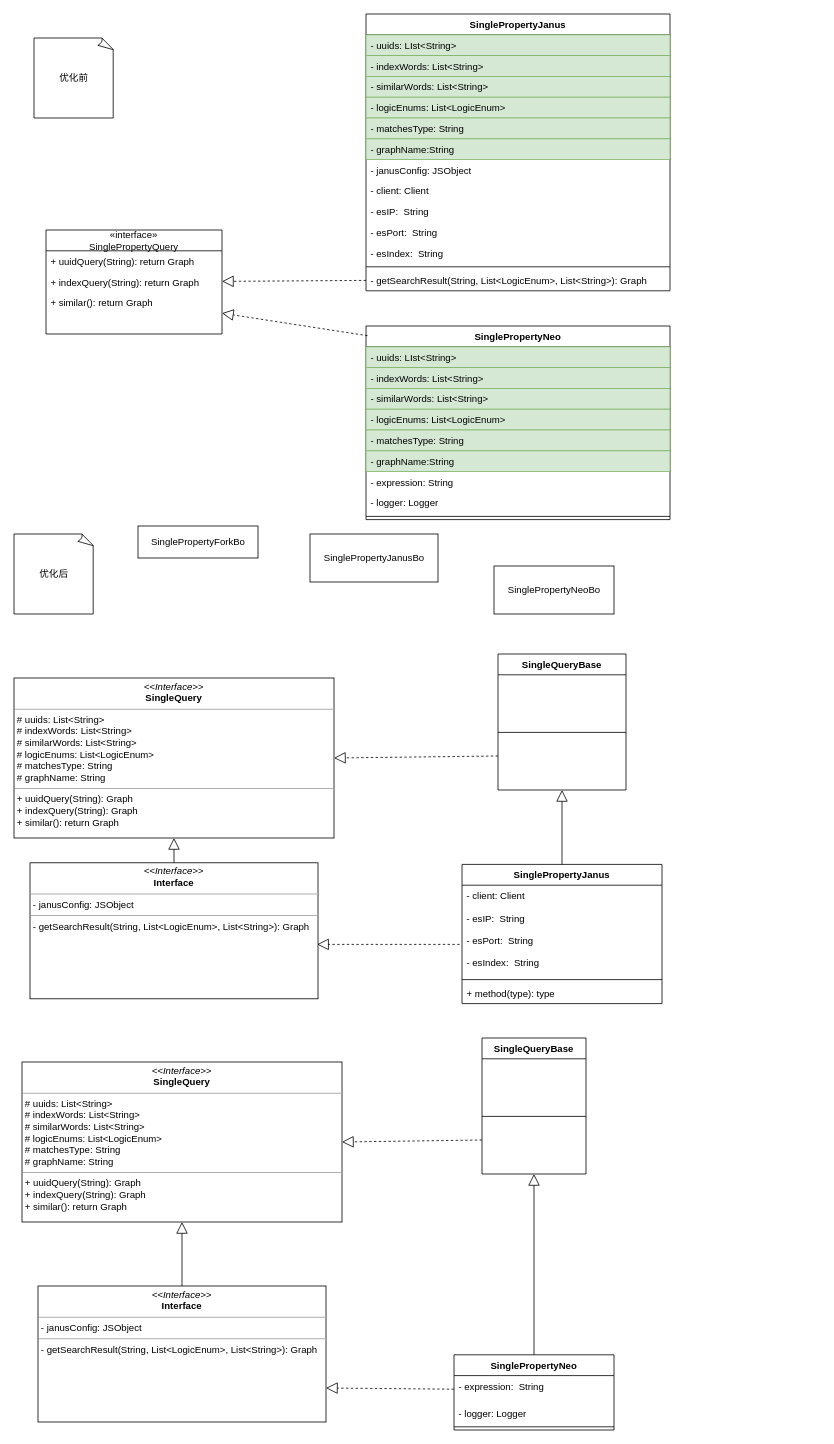
This is images/Untitled Diagram.drawio from xu116/-learning, a draw.io file, before an edit. Source tidied: cells renumbered, new cells numbered last; positions are measured from the earlier drawing's top-left corner, leaving out a move shared by most shapes. Both pictures are drawn from the tidied source at 80%, with x=0, y=0 at pixel (14, 14).
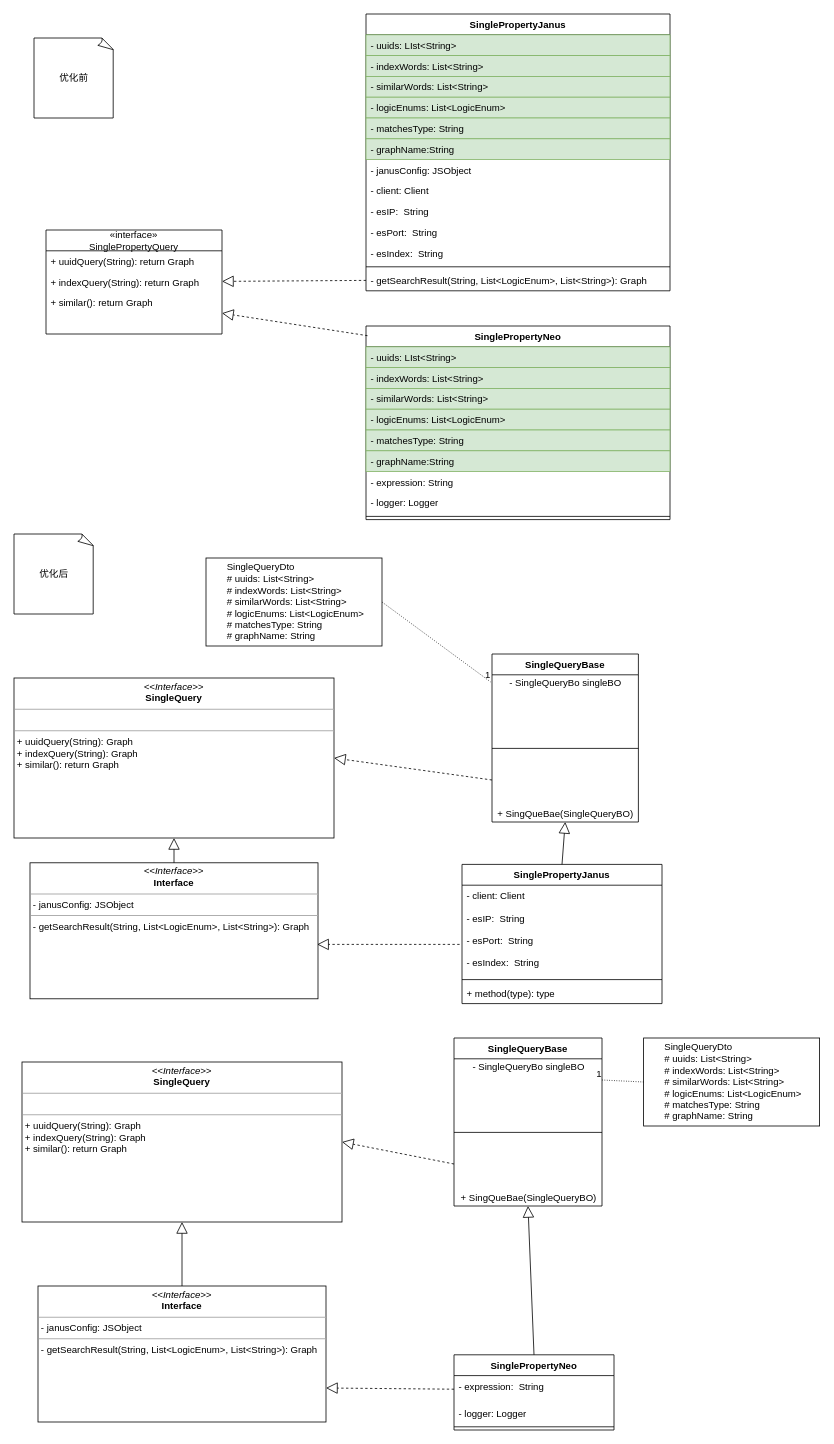
Above is the later version.

Unchanged cells that the change refers to:
```xml
<mxCell id="46" value="SinglePropertyJanus" style="swimlane;fontStyle=1;align=center;verticalAlign=top;horizontal=1;startSize=26;" parent="1" vertex="1">
  <mxGeometry x="560" y="1063" width="250" height="174" as="geometry" />
</mxCell>
```

Change to the diagram source:
```diff
@@
-    <mxCell id="16" value="SinglePropertyNeoBo" style="html=1;" parent="1" vertex="1">
-      <mxGeometry x="600" y="690" width="150" height="60" as="geometry" />
-    </mxCell>
@@
-    <mxCell id="36" value="SinglePropertyJanusBo" style="html=1;" parent="1" vertex="1">
-      <mxGeometry x="370" y="650" width="160" height="60" as="geometry" />
-    </mxCell>
-    <mxCell id="37" value="SinglePropertyForkBo" style="html=1;" parent="1" vertex="1">
-      <mxGeometry x="155" y="640" width="150" height="40" as="geometry" />
-    </mxCell>
@@
-    <mxCell id="41" value="&lt;p style=&quot;margin: 0px ; margin-top: 4px ; text-align: center&quot;&gt;&lt;i&gt;&amp;lt;&amp;lt;Interface&amp;gt;&amp;gt;&lt;/i&gt;&lt;br&gt;&lt;b&gt;SingleQuery&lt;/b&gt;&lt;/p&gt;&lt;hr size=&quot;1&quot;&gt;&lt;p style=&quot;margin: 0px ; margin-left: 4px&quot;&gt;# uuids: List&amp;lt;String&amp;gt;&lt;br&gt;# indexWords: List&amp;lt;String&amp;gt;&lt;/p&gt;&lt;p style=&quot;margin: 0px ; margin-left: 4px&quot;&gt;# similarWords: List&amp;lt;String&amp;gt;&lt;/p&gt;&lt;p style=&quot;margin: 0px ; margin-left: 4px&quot;&gt;# logicEnums: List&amp;lt;LogicEnum&amp;gt;&lt;/p&gt;&lt;p style=&quot;margin: 0px ; margin-left: 4px&quot;&gt;# matchesType: String&lt;/p&gt;&lt;p style=&quot;margin: 0px ; margin-left: 4px&quot;&gt;# graphName: String&lt;/p&gt;&lt;hr size=&quot;1&quot;&gt;&lt;p style=&quot;margin: 0px ; margin-left: 4px&quot;&gt;+ uuidQuery(String): Graph&lt;/p&gt;&lt;p style=&quot;margin: 0px ; margin-left: 4px&quot;&gt;+ indexQuery(String): Graph&lt;/p&gt;&lt;p style=&quot;margin: 0px ; margin-left: 4px&quot;&gt;+ similar(): return Graph&lt;br&gt;&lt;/p&gt;" style="verticalAlign=top;align=left;overflow=fill;fontSize=12;fontFamily=Helvetica;html=1;" parent="1" vertex="1">
+    <mxCell id="41" value="&lt;p style=&quot;margin: 0px ; margin-top: 4px ; text-align: center&quot;&gt;&lt;i&gt;&amp;lt;&amp;lt;Interface&amp;gt;&amp;gt;&lt;/i&gt;&lt;br&gt;&lt;b&gt;SingleQuery&lt;/b&gt;&lt;/p&gt;&lt;hr size=&quot;1&quot;&gt;&lt;p style=&quot;margin: 0px ; margin-left: 4px&quot;&gt;&lt;br&gt;&lt;/p&gt;&lt;hr size=&quot;1&quot;&gt;&lt;p style=&quot;margin: 0px ; margin-left: 4px&quot;&gt;+ uuidQuery(String): Graph&lt;/p&gt;&lt;p style=&quot;margin: 0px ; margin-left: 4px&quot;&gt;+ indexQuery(String): Graph&lt;/p&gt;&lt;p style=&quot;margin: 0px ; margin-left: 4px&quot;&gt;+ similar(): return Graph&lt;br&gt;&lt;/p&gt;" style="verticalAlign=top;align=left;overflow=fill;fontSize=12;fontFamily=Helvetica;html=1;" parent="1" vertex="1">
       <mxGeometry y="830" width="400" height="200" as="geometry" />
     </mxCell>
     <mxCell id="42" value="SingleQueryBase" style="swimlane;fontStyle=1;align=center;verticalAlign=top;horizontal=1;startSize=26;" parent="1" vertex="1">
-      <mxGeometry x="605" y="800" width="160" height="170" as="geometry" />
+      <mxGeometry x="597.5" y="800" width="183" height="210" as="geometry" />
     </mxCell>
+    <mxCell id="61" value="- SingleQueryBo singleBO" style="text;html=1;align=center;verticalAlign=middle;points=[];" parent="42" vertex="1">
+      <mxGeometry y="26" width="183" height="20" as="geometry" />
+    </mxCell>
     <mxCell id="43" style="line;strokeWidth=1;fillColor=none;align=left;verticalAlign=middle;spacingTop=-1;spacingLeft=3;spacingRight=3;labelPosition=right;" parent="42" vertex="1">
-      <mxGeometry y="26" width="160" height="144" as="geometry" />
+      <mxGeometry y="46" width="183" height="144" as="geometry" />
     </mxCell>
+    <mxCell id="62" value="+ SingQueBae(SingleQueryBO)" style="text;html=1;align=center;verticalAlign=middle;" parent="42" vertex="1">
+      <mxGeometry y="190" width="183" height="20" as="geometry" />
+    </mxCell>
@@
-    <mxCell id="47" value="- client: Client&#10;&#10;- esIP:  String&#10;&#10;- esPort:  String&#10;&#10;- esIndex:  String" style="text;strokeColor=none;fillColor=none;align=left;verticalAlign=top;spacingLeft=4;spacingRight=4;overflow=hidden;points=[[0,0.5],[1,0.5]];portConstraint=eastwest;" parent="46" vertex="1">
+    <mxCell id="47" value="- client: Client&#10;&#10;- esIP:  String&#10;&#10;- esPort:  String&#10;&#10;- esIndex:  String&#10;" style="text;strokeColor=none;fillColor=none;align=left;verticalAlign=top;spacingLeft=4;spacingRight=4;overflow=hidden;points=[[0,0.5],[1,0.5]];portConstraint=eastwest;" parent="46" vertex="1">
       <mxGeometry y="26" width="250" height="114" as="geometry" />
     </mxCell>
@@
-    <mxCell id="53" value="&lt;p style=&quot;margin: 0px ; margin-top: 4px ; text-align: center&quot;&gt;&lt;i&gt;&amp;lt;&amp;lt;Interface&amp;gt;&amp;gt;&lt;/i&gt;&lt;br&gt;&lt;b&gt;SingleQuery&lt;/b&gt;&lt;/p&gt;&lt;hr size=&quot;1&quot;&gt;&lt;p style=&quot;margin: 0px ; margin-left: 4px&quot;&gt;# uuids: List&amp;lt;String&amp;gt;&lt;br&gt;# indexWords: List&amp;lt;String&amp;gt;&lt;/p&gt;&lt;p style=&quot;margin: 0px ; margin-left: 4px&quot;&gt;# similarWords: List&amp;lt;String&amp;gt;&lt;/p&gt;&lt;p style=&quot;margin: 0px ; margin-left: 4px&quot;&gt;# logicEnums: List&amp;lt;LogicEnum&amp;gt;&lt;/p&gt;&lt;p style=&quot;margin: 0px ; margin-left: 4px&quot;&gt;# matchesType: String&lt;/p&gt;&lt;p style=&quot;margin: 0px ; margin-left: 4px&quot;&gt;# graphName: String&lt;/p&gt;&lt;hr size=&quot;1&quot;&gt;&lt;p style=&quot;margin: 0px ; margin-left: 4px&quot;&gt;+ uuidQuery(String): Graph&lt;/p&gt;&lt;p style=&quot;margin: 0px ; margin-left: 4px&quot;&gt;+ indexQuery(String): Graph&lt;/p&gt;&lt;p style=&quot;margin: 0px ; margin-left: 4px&quot;&gt;+ similar(): return Graph&lt;br&gt;&lt;/p&gt;" style="verticalAlign=top;align=left;overflow=fill;fontSize=12;fontFamily=Helvetica;html=1;" parent="1" vertex="1">
+    <mxCell id="53" value="&lt;p style=&quot;margin: 0px ; margin-top: 4px ; text-align: center&quot;&gt;&lt;i&gt;&amp;lt;&amp;lt;Interface&amp;gt;&amp;gt;&lt;/i&gt;&lt;br&gt;&lt;b&gt;SingleQuery&lt;/b&gt;&lt;/p&gt;&lt;hr size=&quot;1&quot;&gt;&lt;p style=&quot;margin: 0px ; margin-left: 4px&quot;&gt;&lt;br&gt;&lt;/p&gt;&lt;hr size=&quot;1&quot;&gt;&lt;p style=&quot;margin: 0px ; margin-left: 4px&quot;&gt;+ uuidQuery(String): Graph&lt;/p&gt;&lt;p style=&quot;margin: 0px ; margin-left: 4px&quot;&gt;+ indexQuery(String): Graph&lt;/p&gt;&lt;p style=&quot;margin: 0px ; margin-left: 4px&quot;&gt;+ similar(): return Graph&lt;br&gt;&lt;/p&gt;" style="verticalAlign=top;align=left;overflow=fill;fontSize=12;fontFamily=Helvetica;html=1;" parent="1" vertex="1">
       <mxGeometry x="10" y="1310" width="400" height="200" as="geometry" />
     </mxCell>
     <mxCell id="54" value="SingleQueryBase" style="swimlane;fontStyle=1;align=center;verticalAlign=top;horizontal=1;startSize=26;" parent="1" vertex="1">
-      <mxGeometry x="585" y="1280" width="130" height="170" as="geometry" />
+      <mxGeometry x="550" y="1280" width="185" height="210" as="geometry" />
     </mxCell>
+    <mxCell id="63" value="- SingleQueryBo singleBO" style="text;html=1;align=center;verticalAlign=middle;" parent="54" vertex="1">
+      <mxGeometry y="26" width="185" height="20" as="geometry" />
+    </mxCell>
     <mxCell id="55" style="line;strokeWidth=1;fillColor=none;align=left;verticalAlign=middle;spacingTop=-1;spacingLeft=3;spacingRight=3;labelPosition=right;" parent="54" vertex="1">
-      <mxGeometry y="26" width="130" height="144" as="geometry" />
+      <mxGeometry y="46" width="185" height="144" as="geometry" />
     </mxCell>
+    <mxCell id="64" value="+ SingQueBae(SingleQueryBO)" style="text;html=1;align=center;verticalAlign=middle;" parent="54" vertex="1">
+      <mxGeometry y="190" width="185" height="20" as="geometry" />
+    </mxCell>
@@
+    <mxCell id="65" value="&lt;p style=&quot;text-align: left ; white-space: nowrap ; margin: 0px 0px 0px 4px&quot;&gt;&lt;span&gt;SingleQueryDto&lt;/span&gt;&lt;/p&gt;&lt;p style=&quot;text-align: left ; white-space: nowrap ; margin: 0px 0px 0px 4px&quot;&gt;&lt;span&gt;# uuids: List&amp;lt;String&amp;gt;&lt;/span&gt;&lt;br&gt;&lt;/p&gt;&lt;p style=&quot;text-align: left ; white-space: nowrap ; margin: 0px 0px 0px 4px&quot;&gt;# indexWords: List&amp;lt;String&amp;gt;&lt;/p&gt;&lt;p style=&quot;text-align: left ; white-space: nowrap ; margin: 0px 0px 0px 4px&quot;&gt;# similarWords: List&amp;lt;String&amp;gt;&lt;/p&gt;&lt;p style=&quot;text-align: left ; white-space: nowrap ; margin: 0px 0px 0px 4px&quot;&gt;# logicEnums: List&amp;lt;LogicEnum&amp;gt;&lt;/p&gt;&lt;p style=&quot;text-align: left ; white-space: nowrap ; margin: 0px 0px 0px 4px&quot;&gt;# matchesType: String&lt;/p&gt;&lt;p style=&quot;text-align: left ; white-space: nowrap ; margin: 0px 0px 0px 4px&quot;&gt;# graphName: String&lt;/p&gt;" style="whiteSpace=wrap;html=1;align=center;" parent="1" vertex="1">
+      <mxGeometry x="240" y="680" width="220" height="110" as="geometry" />
+    </mxCell>
+    <mxCell id="66" style="endArrow=none;html=1;rounded=0;dashed=1;dashPattern=1 2;entryX=-0.009;entryY=0.45;entryDx=0;entryDy=0;entryPerimeter=0;exitX=1;exitY=0.5;exitDx=0;exitDy=0;" parent="1" edge="1" source="65" target="61">
+      <mxGeometry relative="1" as="geometry" />
+    </mxCell>
+    <mxCell id="67" value="1" style="html=1;align=right;verticalAlign=bottom;" parent="66" vertex="1">
+      <mxGeometry x="1" relative="1" as="geometry" />
+    </mxCell>
+    <mxCell id="68" value="&lt;p style=&quot;text-align: left ; white-space: nowrap ; margin: 0px 0px 0px 4px&quot;&gt;&lt;span&gt;SingleQueryDto&lt;/span&gt;&lt;/p&gt;&lt;p style=&quot;text-align: left ; white-space: nowrap ; margin: 0px 0px 0px 4px&quot;&gt;&lt;span&gt;# uuids: List&amp;lt;String&amp;gt;&lt;/span&gt;&lt;br&gt;&lt;/p&gt;&lt;p style=&quot;text-align: left ; white-space: nowrap ; margin: 0px 0px 0px 4px&quot;&gt;# indexWords: List&amp;lt;String&amp;gt;&lt;/p&gt;&lt;p style=&quot;text-align: left ; white-space: nowrap ; margin: 0px 0px 0px 4px&quot;&gt;# similarWords: List&amp;lt;String&amp;gt;&lt;/p&gt;&lt;p style=&quot;text-align: left ; white-space: nowrap ; margin: 0px 0px 0px 4px&quot;&gt;# logicEnums: List&amp;lt;LogicEnum&amp;gt;&lt;/p&gt;&lt;p style=&quot;text-align: left ; white-space: nowrap ; margin: 0px 0px 0px 4px&quot;&gt;# matchesType: String&lt;/p&gt;&lt;p style=&quot;text-align: left ; white-space: nowrap ; margin: 0px 0px 0px 4px&quot;&gt;# graphName: String&lt;/p&gt;" style="whiteSpace=wrap;html=1;align=center;" parent="1" vertex="1">
+      <mxGeometry x="787" y="1280" width="220" height="110" as="geometry" />
+    </mxCell>
+    <mxCell id="69" style="endArrow=none;html=1;rounded=0;dashed=1;dashPattern=1 2;entryX=1;entryY=0.25;entryDx=0;entryDy=0;exitX=0;exitY=0.5;exitDx=0;exitDy=0;" parent="1" edge="1" source="68" target="54">
+      <mxGeometry relative="1" as="geometry" />
+    </mxCell>
+    <mxCell id="70" value="1" style="html=1;align=right;verticalAlign=bottom;" parent="69" vertex="1">
+      <mxGeometry x="1" relative="1" as="geometry" />
+    </mxCell>
```
